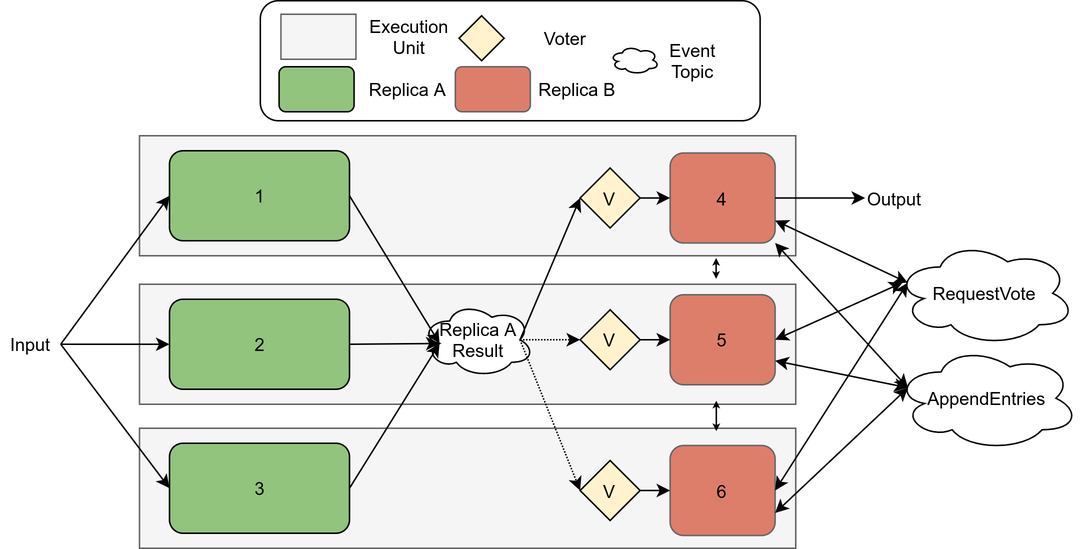
Above: images/ThreeEUConsensusDDS.png in Boffmann/masterThesis (draw.io), before the change. Source tidied: cells renumbered, new cells last; positions are measured from the earlier drawing's top-left corner, leaving out a move shared by most shapes.
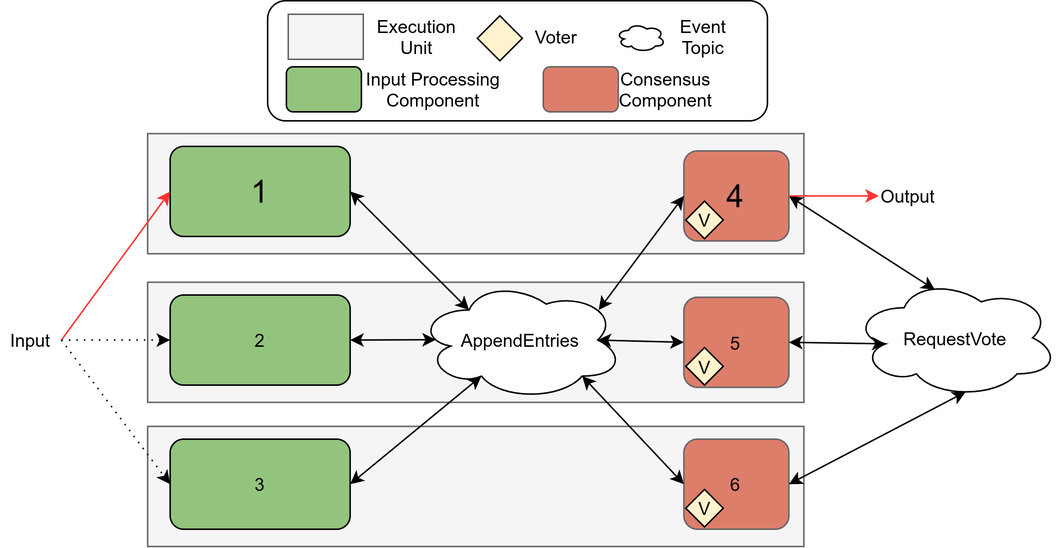
Later version of the same file.

Change to the diagram source:
```diff
@@ -2,160 +2,133 @@
   <root>
     <mxCell id="0" />
     <mxCell id="1" parent="0" />
-    <mxCell id="2" style="rounded=0;whiteSpace=wrap;html=1;fillColor=#f5f5f5;strokeColor=#666666;fontColor=#333333;" parent="1" vertex="1">
-      <mxGeometry x="92.5" y="285" width="437.5" height="80" as="geometry" />
+    <mxCell id="2" style="rounded=1;whiteSpace=wrap;html=1;" parent="1" vertex="1">
+      <mxGeometry x="-566.1" y="259" width="333.2" height="80" as="geometry" />
     </mxCell>
     <mxCell id="3" style="rounded=0;whiteSpace=wrap;html=1;fillColor=#f5f5f5;strokeColor=#666666;fontColor=#333333;" parent="1" vertex="1">
-      <mxGeometry x="92.5" y="189" width="437.5" height="80" as="geometry" />
+      <mxGeometry x="-552.3" y="268" width="50" height="30" as="geometry" />
     </mxCell>
-    <mxCell id="4" style="rounded=0;whiteSpace=wrap;html=1;fillColor=#f5f5f5;strokeColor=#666666;fontColor=#333333;" parent="1" vertex="1">
-      <mxGeometry x="92.5" y="90" width="437.5" height="80" as="geometry" />
+    <mxCell id="4" value="Execution&lt;br&gt;Unit" style="text;html=1;align=center;verticalAlign=middle;" parent="1" vertex="1">
+      <mxGeometry x="-502.3" y="268" width="70" height="30" as="geometry" />
     </mxCell>
-    <mxCell id="5" value="1" style="rounded=1;whiteSpace=wrap;html=1;fillColor=#93C47D;" parent="1" vertex="1">
-      <mxGeometry x="112.5" y="100" width="120" height="60" as="geometry" />
+    <mxCell id="5" style="rounded=1;whiteSpace=wrap;html=1;strokeColor=#666666;fillColor=#dd7e6b;" parent="1" vertex="1">
+      <mxGeometry x="-382.3" y="303" width="50" height="30" as="geometry" />
     </mxCell>
-    <mxCell id="6" value="3" style="rounded=1;whiteSpace=wrap;html=1;fillColor=#93C47D;" parent="1" vertex="1">
-      <mxGeometry x="112.5" y="295" width="120" height="60" as="geometry" />
+    <mxCell id="6" value="Consensus&lt;br&gt;Component" style="text;html=1;align=center;verticalAlign=middle;points=[];" parent="1" vertex="1">
+      <mxGeometry x="-340.9" y="303" width="80" height="30" as="geometry" />
     </mxCell>
-    <mxCell id="7" value="2" style="rounded=1;whiteSpace=wrap;html=1;fillColor=#93C47D;" parent="1" vertex="1">
-      <mxGeometry x="112.5" y="199" width="120" height="60" as="geometry" />
+    <mxCell id="7" style="rhombus;whiteSpace=wrap;html=1;fillColor=#FFF2CC;" parent="1" vertex="1">
+      <mxGeometry x="-426.2" y="269" width="30" height="30" as="geometry" />
     </mxCell>
-    <mxCell id="8" value="Input" style="text;html=1;strokeColor=none;fillColor=none;align=center;verticalAlign=middle;whiteSpace=wrap;rounded=0;" parent="1" vertex="1">
-      <mxGeometry y="219" width="40" height="20" as="geometry" />
+    <mxCell id="8" value="Voter" style="text;html=1;align=center;verticalAlign=middle;points=[];" parent="1" vertex="1">
+      <mxGeometry x="-393.7" y="273" width="40" height="20" as="geometry" />
     </mxCell>
-    <mxCell id="9" style="endArrow=classic;html=1;exitX=1;exitY=0.5;exitDx=0;exitDy=0;entryX=0;entryY=0.5;entryDx=0;entryDy=0;" parent="1" edge="1" source="8" target="7">
-      <mxGeometry relative="1" as="geometry" />
+    <mxCell id="9" style="rounded=1;whiteSpace=wrap;html=1;fillColor=#93C47D;" parent="1" vertex="1">
+      <mxGeometry x="-553.6" y="303" width="50" height="30" as="geometry" />
     </mxCell>
-    <mxCell id="10" style="endArrow=classic;html=1;entryX=0;entryY=0.5;entryDx=0;entryDy=0;exitX=1;exitY=0.5;exitDx=0;exitDy=0;" parent="1" edge="1" source="8" target="5">
-      <mxGeometry relative="1" as="geometry" />
+    <mxCell id="10" value="Input Processing&lt;br&gt;Component" style="text;html=1;align=center;verticalAlign=middle;" parent="1" vertex="1">
+      <mxGeometry x="-506.1" y="303" width="100" height="30" as="geometry" />
     </mxCell>
-    <mxCell id="11" value="4" style="rounded=1;whiteSpace=wrap;html=1;strokeColor=#666666;fillColor=#dd7e6b;" parent="1" vertex="1">
-      <mxGeometry x="446.2" y="101.5" width="70" height="60" as="geometry" />
+    <mxCell id="11" style="ellipse;shape=cloud;whiteSpace=wrap;html=1;" parent="1" vertex="1">
+      <mxGeometry x="-333.6" y="274" width="32.6" height="19" as="geometry" />
     </mxCell>
-    <mxCell id="12" value="V" style="rhombus;whiteSpace=wrap;html=1;fillColor=#FFF2CC;" parent="1" vertex="1">
-      <mxGeometry x="386.2" y="111.5" width="40" height="40" as="geometry" />
+    <mxCell id="12" value="Event&lt;br&gt;Topic" style="text;html=1;align=center;verticalAlign=middle;points=[];" parent="1" vertex="1">
+      <mxGeometry x="-301.1" y="267.5" width="50" height="30" as="geometry" />
     </mxCell>
-    <mxCell id="13" style="endArrow=classic;html=1;exitX=1;exitY=0.5;exitDx=0;exitDy=0;entryX=0;entryY=0.5;entryDx=0;entryDy=0;" parent="1" edge="1" source="12" target="11">
-      <mxGeometry relative="1" as="geometry" />
+    <mxCell id="13" style="rounded=0;whiteSpace=wrap;html=1;fillColor=#f5f5f5;strokeColor=#666666;fontColor=#333333;" parent="1" vertex="1">
+      <mxGeometry x="-646.1" y="542.5" width="437.5" height="80" as="geometry" />
     </mxCell>
-    <mxCell id="14" value="5" style="rounded=1;whiteSpace=wrap;html=1;strokeColor=#666666;fillColor=#dd7e6b;" parent="1" vertex="1">
-      <mxGeometry x="446.2" y="196" width="70" height="60" as="geometry" />
+    <mxCell id="14" style="rounded=0;whiteSpace=wrap;html=1;fillColor=#f5f5f5;strokeColor=#666666;fontColor=#333333;" parent="1" vertex="1">
+      <mxGeometry x="-646.1" y="446.5" width="437.5" height="80" as="geometry" />
     </mxCell>
-    <mxCell id="15" value="V" style="rhombus;whiteSpace=wrap;html=1;fillColor=#FFF2CC;" parent="1" vertex="1">
-      <mxGeometry x="386.2" y="206" width="40" height="40" as="geometry" />
+    <mxCell id="15" style="rounded=0;whiteSpace=wrap;html=1;fillColor=#f5f5f5;strokeColor=#666666;fontColor=#333333;" parent="1" vertex="1">
+      <mxGeometry x="-646.1" y="347.5" width="437.5" height="80" as="geometry" />
     </mxCell>
-    <mxCell id="16" style="endArrow=classic;html=1;exitX=1;exitY=0.5;exitDx=0;exitDy=0;entryX=0;entryY=0.5;entryDx=0;entryDy=0;" parent="1" edge="1" source="15" target="14">
-      <mxGeometry relative="1" as="geometry" />
+    <mxCell id="16" value="RequestVote" style="ellipse;shape=cloud;whiteSpace=wrap;html=1;" parent="1" vertex="1">
+      <mxGeometry x="-176.1" y="443.5" width="137.1" height="80" as="geometry" />
     </mxCell>
-    <mxCell id="17" style="endArrow=classic;html=1;exitX=1;exitY=0.5;exitDx=0;exitDy=0;entryX=0;entryY=0.5;entryDx=0;entryDy=0;" parent="1" edge="1" source="8" target="6">
-      <mxGeometry relative="1" as="geometry" />
+    <mxCell id="17" value="&lt;font style=&quot;font-size: 21px&quot;&gt;4&lt;/font&gt;" style="rounded=1;whiteSpace=wrap;html=1;strokeColor=#666666;fillColor=#dd7e6b;" parent="1" vertex="1">
+      <mxGeometry x="-288.6" y="359" width="70" height="60" as="geometry" />
     </mxCell>
-    <mxCell id="18" style="rounded=1;whiteSpace=wrap;html=1;" parent="1" vertex="1">
-      <mxGeometry x="173" width="333.2" height="80" as="geometry" />
+    <mxCell id="18" value="&lt;font style=&quot;font-size: 21px&quot;&gt;1&lt;/font&gt;" style="rounded=1;whiteSpace=wrap;html=1;fillColor=#93C47D;" parent="1" vertex="1">
+      <mxGeometry x="-631.1" y="356" width="120" height="60" as="geometry" />
     </mxCell>
-    <mxCell id="19" style="rounded=0;whiteSpace=wrap;html=1;fillColor=#f5f5f5;strokeColor=#666666;fontColor=#333333;" parent="1" vertex="1">
-      <mxGeometry x="186.8" y="9" width="50" height="30" as="geometry" />
+    <mxCell id="19" value="3" style="rounded=1;whiteSpace=wrap;html=1;fillColor=#93C47D;" parent="1" vertex="1">
+      <mxGeometry x="-631.1" y="551" width="120" height="60" as="geometry" />
     </mxCell>
-    <mxCell id="20" value="Execution&lt;br&gt;Unit" style="text;html=1;align=center;verticalAlign=middle;points=[];" parent="1" vertex="1">
-      <mxGeometry x="236.8" y="9" width="70" height="30" as="geometry" />
+    <mxCell id="20" value="2" style="rounded=1;whiteSpace=wrap;html=1;fillColor=#93C47D;" parent="1" vertex="1">
+      <mxGeometry x="-631.1" y="455" width="120" height="60" as="geometry" />
     </mxCell>
-    <mxCell id="21" style="rounded=1;whiteSpace=wrap;html=1;strokeColor=#666666;fillColor=#dd7e6b;" parent="1" vertex="1">
-      <mxGeometry x="303.1" y="44" width="50" height="30" as="geometry" />
+    <mxCell id="21" value="V" style="rhombus;whiteSpace=wrap;html=1;fillColor=#FFF2CC;" parent="1" vertex="1">
+      <mxGeometry x="-287.3" y="392.5" width="25" height="25" as="geometry" />
     </mxCell>
-    <mxCell id="22" value="Replica B" style="text;html=1;align=center;verticalAlign=middle;points=[];" parent="1" vertex="1">
-      <mxGeometry x="349.4" y="49" width="70" height="20" as="geometry" />
+    <mxCell id="22" value="5" style="rounded=1;whiteSpace=wrap;html=1;strokeColor=#666666;fillColor=#dd7e6b;" parent="1" vertex="1">
+      <mxGeometry x="-288.6" y="456.5" width="70" height="60" as="geometry" />
     </mxCell>
-    <mxCell id="23" style="rhombus;whiteSpace=wrap;html=1;fillColor=#FFF2CC;" parent="1" vertex="1">
-      <mxGeometry x="305.6" y="10" width="30" height="30" as="geometry" />
+    <mxCell id="23" value="V" style="rhombus;whiteSpace=wrap;html=1;fillColor=#FFF2CC;" parent="1" vertex="1">
+      <mxGeometry x="-287.3" y="490" width="25" height="25" as="geometry" />
     </mxCell>
-    <mxCell id="24" value="Voter" style="text;html=1;align=center;verticalAlign=middle;points=[];" parent="1" vertex="1">
-      <mxGeometry x="355.6" y="15" width="40" height="20" as="geometry" />
+    <mxCell id="24" value="6" style="rounded=1;whiteSpace=wrap;html=1;strokeColor=#666666;fillColor=#dd7e6b;" parent="1" vertex="1">
+      <mxGeometry x="-288.6" y="551" width="70" height="60" as="geometry" />
     </mxCell>
-    <mxCell id="25" style="rounded=1;whiteSpace=wrap;html=1;fillColor=#93C47D;" parent="1" vertex="1">
-      <mxGeometry x="185.5" y="44" width="50" height="30" as="geometry" />
+    <mxCell id="25" value="V" style="rhombus;whiteSpace=wrap;html=1;fillColor=#FFF2CC;" parent="1" vertex="1">
+      <mxGeometry x="-287.3" y="584.5" width="25" height="25" as="geometry" />
     </mxCell>
-    <mxCell id="26" value="Replica A" style="text;html=1;align=center;verticalAlign=middle;points=[];" parent="1" vertex="1">
-      <mxGeometry x="235.5" y="49" width="70" height="20" as="geometry" />
+    <mxCell id="26" value="AppendEntries" style="ellipse;shape=cloud;whiteSpace=wrap;html=1;" parent="1" vertex="1">
+      <mxGeometry x="-466.1" y="445" width="137.1" height="80" as="geometry" />
     </mxCell>
-    <mxCell id="27" value="Output" style="text;html=1;strokeColor=none;fillColor=none;align=center;verticalAlign=middle;whiteSpace=wrap;rounded=0;" parent="1" vertex="1">
-      <mxGeometry x="576.2" y="121.5" width="40" height="20" as="geometry" />
+    <mxCell id="27" value="Input" style="text;html=1;strokeColor=none;fillColor=none;align=center;verticalAlign=middle;whiteSpace=wrap;rounded=0;" parent="1" vertex="1">
+      <mxGeometry x="-743.6" y="475" width="40" height="20" as="geometry" />
     </mxCell>
-    <mxCell id="28" style="endArrow=classic;startArrow=classic;html=1;exitX=0.629;exitY=-0.008;exitDx=0;exitDy=0;exitPerimeter=0;endSize=2;startSize=2;" parent="1" edge="1">
+    <mxCell id="28" style="endArrow=classic;html=1;exitX=1;exitY=0.5;exitDx=0;exitDy=0;entryX=0;entryY=0.5;entryDx=0;entryDy=0;dashed=1;dashPattern=1 4;" parent="1" edge="1" source="27">
       <mxGeometry relative="1" as="geometry">
-        <mxPoint x="476.9" y="185.4" as="sourcePoint" />
-        <mxPoint x="476.9" y="171.5" as="targetPoint" />
+        <mxPoint x="-631.1" y="485" as="targetPoint" />
       </mxGeometry>
     </mxCell>
-    <mxCell id="29" value="6" style="rounded=1;whiteSpace=wrap;html=1;strokeColor=#666666;fillColor=#dd7e6b;" parent="1" vertex="1">
-      <mxGeometry x="446.2" y="296.5" width="70" height="60" as="geometry" />
+    <mxCell id="29" style="endArrow=classic;html=1;entryX=0;entryY=0.5;entryDx=0;entryDy=0;exitX=1;exitY=0.5;exitDx=0;exitDy=0;strokeColor=#FF3333;" parent="1" edge="1" source="27">
+      <mxGeometry relative="1" as="geometry">
+        <mxPoint x="-631.1" y="386" as="targetPoint" />
+      </mxGeometry>
     </mxCell>
-    <mxCell id="30" value="V" style="rhombus;whiteSpace=wrap;html=1;fillColor=#FFF2CC;" parent="1" vertex="1">
-      <mxGeometry x="386.2" y="306.5" width="40" height="40" as="geometry" />
+    <mxCell id="30" style="endArrow=classic;html=1;exitX=1;exitY=0.5;exitDx=0;exitDy=0;entryX=0;entryY=0.5;entryDx=0;entryDy=0;dashed=1;dashPattern=1 4;" parent="1" edge="1" source="27">
+      <mxGeometry relative="1" as="geometry">
+        <mxPoint x="-631.1" y="581" as="targetPoint" />
+      </mxGeometry>
     </mxCell>
-    <mxCell id="31" style="endArrow=classic;html=1;exitX=1;exitY=0.5;exitDx=0;exitDy=0;entryX=0;entryY=0.5;entryDx=0;entryDy=0;" parent="1" edge="1" source="30" target="29">
+    <mxCell id="31" style="endArrow=classic;startArrow=classic;html=1;strokeColor=#000000;entryX=1;entryY=0.5;entryDx=0;entryDy=0;exitX=0.4;exitY=0.1;exitDx=0;exitDy=0;exitPerimeter=0;" parent="1" edge="1" source="16" target="17">
       <mxGeometry relative="1" as="geometry" />
     </mxCell>
-    <mxCell id="32" style="endArrow=classic;startArrow=classic;html=1;exitX=0.63;exitY=0.005;exitDx=0;exitDy=0;exitPerimeter=0;entryX=0.63;entryY=1.008;entryDx=0;entryDy=0;entryPerimeter=0;endFill=1;endSize=2;startSize=2;" parent="1" edge="1">
-      <mxGeometry relative="1" as="geometry">
-        <mxPoint x="477" y="286.9" as="sourcePoint" />
-        <mxPoint x="477" y="266.6" as="targetPoint" />
-      </mxGeometry>
+    <mxCell id="32" style="endArrow=classic;startArrow=classic;html=1;strokeColor=#000000;entryX=1;entryY=0.5;entryDx=0;entryDy=0;exitX=0.16;exitY=0.55;exitDx=0;exitDy=0;exitPerimeter=0;" parent="1" edge="1" source="16" target="22">
+      <mxGeometry relative="1" as="geometry" />
     </mxCell>
-    <mxCell id="33" style="endArrow=classic;html=1;exitX=1;exitY=0.5;exitDx=0;exitDy=0;entryX=0;entryY=0.5;entryDx=0;entryDy=0;" parent="1" edge="1" source="11" target="27">
+    <mxCell id="33" style="endArrow=classic;startArrow=classic;html=1;strokeColor=#000000;entryX=1;entryY=0.5;entryDx=0;entryDy=0;exitX=0.55;exitY=0.95;exitDx=0;exitDy=0;exitPerimeter=0;" parent="1" edge="1" source="16" target="24">
       <mxGeometry relative="1" as="geometry" />
     </mxCell>
-    <mxCell id="34" value="Replica A&lt;br&gt;Result" style="ellipse;shape=cloud;whiteSpace=wrap;html=1;" parent="1" vertex="1">
-      <mxGeometry x="280.5" y="201" width="75" height="50" as="geometry" />
+    <mxCell id="34" style="endArrow=classic;startArrow=classic;html=1;strokeColor=#000000;entryX=0.25;entryY=0.25;entryDx=0;entryDy=0;exitX=1;exitY=0.5;exitDx=0;exitDy=0;entryPerimeter=0;" parent="1" edge="1" source="18" target="26">
+      <mxGeometry relative="1" as="geometry" />
     </mxCell>
-    <mxCell id="35" style="endArrow=classic;html=1;strokeColor=#000000;exitX=0.875;exitY=0.5;exitDx=0;exitDy=0;exitPerimeter=0;entryX=0;entryY=0.5;entryDx=0;entryDy=0;" parent="1" edge="1" source="34" target="12">
+    <mxCell id="35" style="endArrow=classic;startArrow=classic;html=1;strokeColor=#000000;entryX=0.089;entryY=0.497;entryDx=0;entryDy=0;exitX=1;exitY=0.5;exitDx=0;exitDy=0;entryPerimeter=0;" parent="1" edge="1" source="20" target="26">
       <mxGeometry relative="1" as="geometry" />
     </mxCell>
-    <mxCell id="36" style="endArrow=classic;html=1;strokeColor=#000000;exitX=1;exitY=0.5;exitDx=0;exitDy=0;entryX=0.16;entryY=0.55;entryDx=0;entryDy=0;entryPerimeter=0;" parent="1" edge="1" source="6" target="34">
+    <mxCell id="36" style="endArrow=classic;startArrow=classic;html=1;strokeColor=#000000;entryX=0.31;entryY=0.8;entryDx=0;entryDy=0;exitX=1;exitY=0.5;exitDx=0;exitDy=0;entryPerimeter=0;" parent="1" edge="1" source="19" target="26">
       <mxGeometry relative="1" as="geometry" />
     </mxCell>
-    <mxCell id="37" style="endArrow=classic;html=1;strokeColor=#000000;exitX=1;exitY=0.5;exitDx=0;exitDy=0;entryX=0.16;entryY=0.55;entryDx=0;entryDy=0;entryPerimeter=0;" parent="1" edge="1" source="7" target="34">
+    <mxCell id="37" style="endArrow=classic;startArrow=classic;html=1;strokeColor=#000000;entryX=0.8;entryY=0.8;entryDx=0;entryDy=0;exitX=0;exitY=0.5;exitDx=0;exitDy=0;entryPerimeter=0;" parent="1" edge="1" source="24" target="26">
       <mxGeometry relative="1" as="geometry" />
     </mxCell>
-    <mxCell id="38" style="endArrow=classic;html=1;strokeColor=#000000;exitX=1;exitY=0.5;exitDx=0;exitDy=0;entryX=0.16;entryY=0.55;entryDx=0;entryDy=0;entryPerimeter=0;" parent="1" edge="1" source="5" target="34">
+    <mxCell id="38" style="endArrow=classic;startArrow=classic;html=1;strokeColor=#000000;entryX=0.875;entryY=0.5;entryDx=0;entryDy=0;exitX=0;exitY=0.5;exitDx=0;exitDy=0;entryPerimeter=0;" parent="1" edge="1" source="22" target="26">
       <mxGeometry relative="1" as="geometry" />
     </mxCell>
-    <mxCell id="39" style="endArrow=classic;html=1;strokeColor=#000000;dashed=1;dashPattern=1 1;exitX=0.875;exitY=0.5;exitDx=0;exitDy=0;exitPerimeter=0;entryX=0;entryY=0.5;entryDx=0;entryDy=0;" parent="1" edge="1" source="34" target="30">
+    <mxCell id="39" style="endArrow=classic;startArrow=classic;html=1;strokeColor=#000000;entryX=0.88;entryY=0.25;entryDx=0;entryDy=0;exitX=0;exitY=0.5;exitDx=0;exitDy=0;entryPerimeter=0;" parent="1" edge="1" source="17" target="26">
       <mxGeometry relative="1" as="geometry" />
     </mxCell>
-    <mxCell id="40" style="endArrow=classic;html=1;strokeColor=#000000;dashed=1;dashPattern=1 1;exitX=0.875;exitY=0.5;exitDx=0;exitDy=0;exitPerimeter=0;entryX=0;entryY=0.5;entryDx=0;entryDy=0;" parent="1" edge="1" source="34" target="15">
-      <mxGeometry relative="1" as="geometry" />
+    <mxCell id="40" value="Output" style="text;html=1;strokeColor=none;fillColor=none;align=center;verticalAlign=middle;whiteSpace=wrap;rounded=0;" parent="1" vertex="1">
+      <mxGeometry x="-158.6" y="379" width="40" height="20" as="geometry" />
     </mxCell>
-    <mxCell id="41" value="RequestVote" style="ellipse;shape=cloud;whiteSpace=wrap;html=1;" parent="1" vertex="1">
-      <mxGeometry x="596.2" y="160" width="120" height="70" as="geometry" />
+    <mxCell id="41" style="endArrow=classic;html=1;exitX=1;exitY=0.5;exitDx=0;exitDy=0;entryX=0;entryY=0.5;entryDx=0;entryDy=0;strokeColor=#FF3333;" parent="1" edge="1" target="40">
+      <mxGeometry relative="1" as="geometry">
+        <mxPoint x="-218.6" y="389" as="sourcePoint" />
+      </mxGeometry>
     </mxCell>
-    <mxCell id="42" value="AppendEntries" style="ellipse;shape=cloud;whiteSpace=wrap;html=1;" parent="1" vertex="1">
-      <mxGeometry x="596.2" y="230" width="122.5" height="70" as="geometry" />
-    </mxCell>
-    <mxCell id="43" style="endArrow=classic;startArrow=classic;html=1;strokeColor=#000000;exitX=1;exitY=0.5;exitDx=0;exitDy=0;entryX=0.07;entryY=0.4;entryDx=0;entryDy=0;entryPerimeter=0;" parent="1" edge="1" source="29" target="41">
-      <mxGeometry relative="1" as="geometry" />
-    </mxCell>
-    <mxCell id="44" style="endArrow=classic;startArrow=classic;html=1;strokeColor=#000000;entryX=0.042;entryY=0.398;entryDx=0;entryDy=0;entryPerimeter=0;exitX=1;exitY=0.5;exitDx=0;exitDy=0;" parent="1" edge="1" source="14" target="41">
-      <mxGeometry relative="1" as="geometry" />
-    </mxCell>
-    <mxCell id="45" style="endArrow=classic;startArrow=classic;html=1;strokeColor=#000000;entryX=1;entryY=0.75;entryDx=0;entryDy=0;exitX=0.07;exitY=0.4;exitDx=0;exitDy=0;exitPerimeter=0;" parent="1" edge="1" source="41" target="11">
-      <mxGeometry relative="1" as="geometry" />
-    </mxCell>
-    <mxCell id="46" style="endArrow=classic;startArrow=classic;html=1;strokeColor=#000000;entryX=0.07;entryY=0.4;entryDx=0;entryDy=0;entryPerimeter=0;" parent="1" edge="1" target="42">
-      <mxGeometry relative="1" as="geometry">
-        <mxPoint x="516.2" y="240" as="sourcePoint" />
-      </mxGeometry>
-    </mxCell>
-    <mxCell id="47" style="endArrow=classic;startArrow=classic;html=1;strokeColor=#000000;exitX=1;exitY=0.75;exitDx=0;exitDy=0;entryX=0.07;entryY=0.4;entryDx=0;entryDy=0;entryPerimeter=0;" parent="1" edge="1" source="29" target="42">
-      <mxGeometry relative="1" as="geometry" />
-    </mxCell>
-    <mxCell id="48" style="endArrow=classic;startArrow=classic;html=1;strokeColor=#000000;entryX=1;entryY=1;entryDx=0;entryDy=0;exitX=0.07;exitY=0.4;exitDx=0;exitDy=0;exitPerimeter=0;" parent="1" edge="1" source="42" target="11">
-      <mxGeometry relative="1" as="geometry" />
-    </mxCell>
-    <mxCell id="49" style="ellipse;shape=cloud;whiteSpace=wrap;html=1;" parent="1" vertex="1">
-      <mxGeometry x="406.2" y="30" width="32.6" height="19" as="geometry" />
-    </mxCell>
-    <mxCell id="50" value="Event&lt;br&gt;Topic" style="text;html=1;align=center;verticalAlign=middle;" parent="1" vertex="1">
-      <mxGeometry x="436.2" y="24.5" width="50" height="30" as="geometry" />
-    </mxCell>
   </root>
 </mxGraphModel>
```
